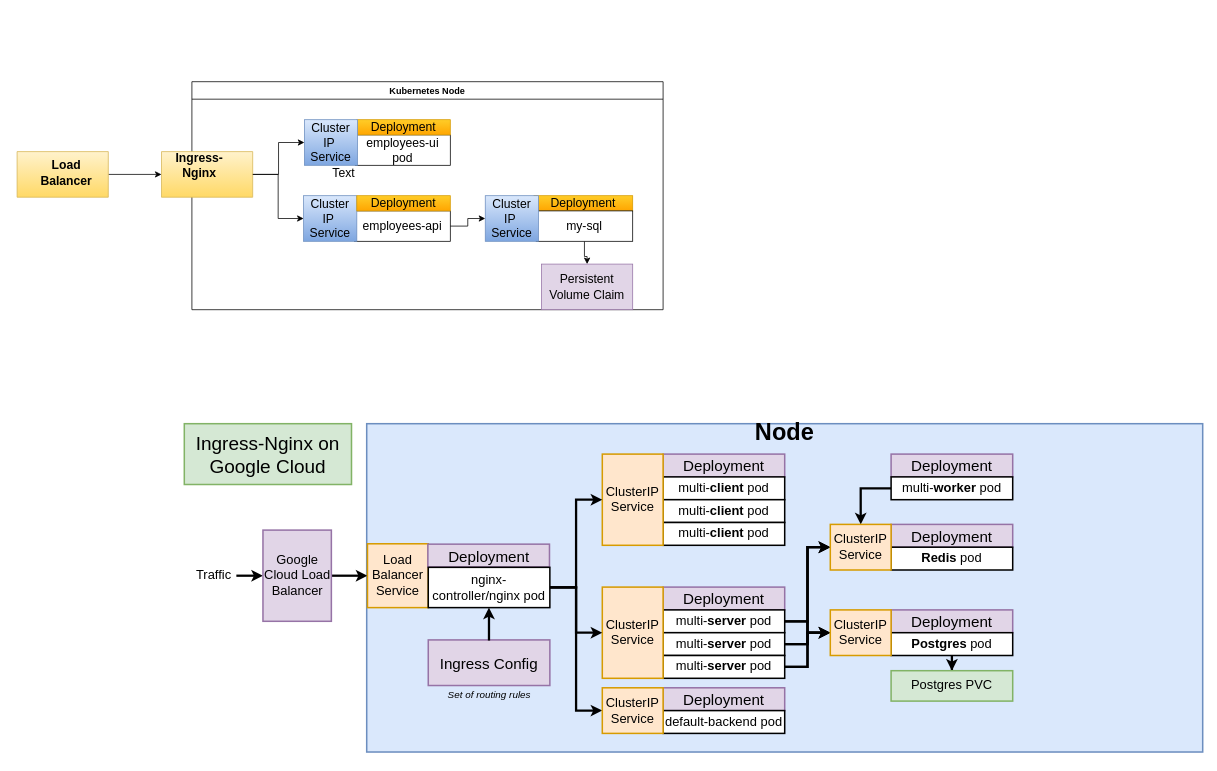
vetrip/draw.io keeps this draw.io diagram as page "POC flow" (8 of 10) of 11.drawio. Above is the earlier version. Source tidied: cells renumbered, new cells numbered last; positions are measured from the earlier drawing's top-left corner, leaving out a move shared by most shapes. Both pictures are drawn from the tidied source at 76%, with x=0, y=0 at pixel (17, 81).
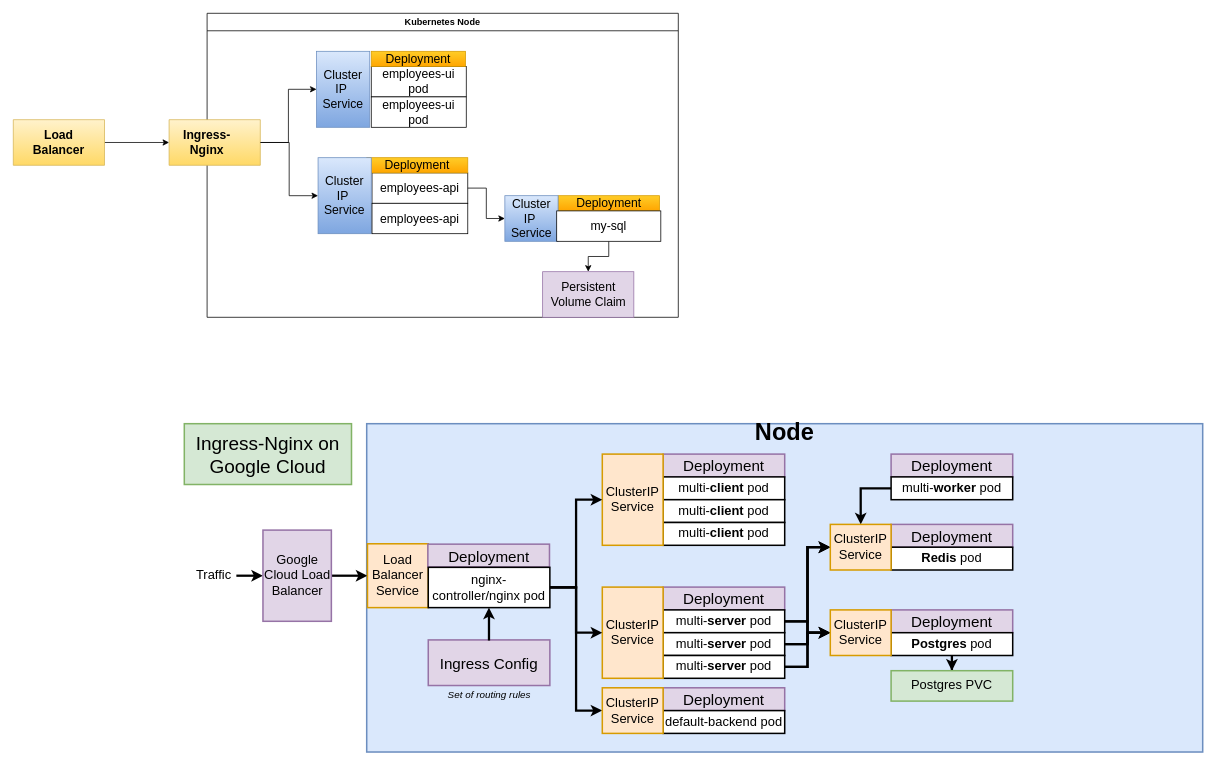
The same page after the edit.

The edit, as a diff of the source:
```diff
@@
     <mxCell id="2" value="Kubernetes Node" style="swimlane;" parent="1" vertex="1">
-      <mxGeometry x="230" width="620" height="300" as="geometry" />
+      <mxGeometry x="250" y="-90" width="620" height="400" as="geometry" />
     </mxCell>
@@
     <mxCell id="4" style="verticalLabelPosition=bottom;verticalAlign=top;html=1;shape=mxgraph.basic.rect;fillColor2=none;strokeWidth=1;size=20;indent=5;fillColor=#fff2cc;strokeColor=#d6b656;gradientColor=#ffd966;" parent="2" vertex="1">
-      <mxGeometry x="-40" y="92" width="120" height="60" as="geometry" />
+      <mxGeometry x="-50" y="140" width="120" height="60" as="geometry" />
     </mxCell>
     <mxCell id="5" value="Ingress-Nginx" style="text;html=1;strokeColor=none;fillColor=none;align=center;verticalAlign=middle;whiteSpace=wrap;rounded=0;fontStyle=1;fontSize=16;" parent="2" vertex="1">
-      <mxGeometry y="100" width="20" height="20" as="geometry" />
+      <mxGeometry x="-10" y="160" width="20" height="20" as="geometry" />
     </mxCell>
     <mxCell id="6" value="employees-ui pod" style="rounded=0;whiteSpace=wrap;html=1;fontSize=16;" parent="2" vertex="1">
-      <mxGeometry x="215" y="70" width="125" height="40" as="geometry" />
+      <mxGeometry x="216" y="70" width="125" height="40" as="geometry" />
     </mxCell>
     <mxCell id="7" value="employees-api" style="rounded=0;whiteSpace=wrap;html=1;fontSize=16;" parent="2" vertex="1">
-      <mxGeometry x="214" y="170" width="126" height="40" as="geometry" />
+      <mxGeometry x="217" y="210" width="126" height="40" as="geometry" />
     </mxCell>
     <mxCell id="8" value="Cluster IP&amp;nbsp;&lt;br&gt;Service" style="rounded=0;whiteSpace=wrap;html=1;fontSize=16;fillColor=#dae8fc;strokeColor=#6c8ebf;gradientColor=#7ea6e0;" parent="2" vertex="1">
-      <mxGeometry x="147" y="150" width="70" height="60" as="geometry" />
+      <mxGeometry x="144" y="50" width="70" height="100" as="geometry" />
     </mxCell>
     <mxCell id="9" value="Deployment" style="rounded=0;whiteSpace=wrap;html=1;fontSize=16;gradientColor=#ffa500;fillColor=#ffcd28;strokeColor=#d79b00;" parent="2" vertex="1">
-      <mxGeometry x="217" y="50" width="123" height="20" as="geometry" />
+      <mxGeometry x="216" y="50" width="124" height="20" as="geometry" />
     </mxCell>
     <mxCell id="10" value="Deployment" style="rounded=0;whiteSpace=wrap;html=1;fontSize=16;gradientColor=#ffa500;fillColor=#ffcd28;strokeColor=#d79b00;" parent="2" vertex="1">
-      <mxGeometry x="217" y="150" width="123" height="20" as="geometry" />
+      <mxGeometry x="210" y="190" width="133" height="20" as="geometry" />
     </mxCell>
     <mxCell id="11" value="Deployment" style="rounded=0;whiteSpace=wrap;html=1;fontSize=16;gradientColor=#ffa500;fillColor=#ffcd28;strokeColor=#d79b00;" parent="2" vertex="1">
-      <mxGeometry x="450" y="150" width="130" height="20" as="geometry" />
+      <mxGeometry x="461.8" y="240" width="133.5" height="20" as="geometry" />
     </mxCell>
     <mxCell id="12" value="Persistent Volume Claim" style="rounded=0;whiteSpace=wrap;html=1;fontSize=16;fillColor=#e1d5e7;strokeColor=#9673a6;" parent="2" vertex="1">
-      <mxGeometry x="460" y="240" width="120" height="60" as="geometry" />
+      <mxGeometry x="441.5" y="340" width="120" height="60" as="geometry" />
     </mxCell>
-    <mxCell id="13" value="Cluster IP&amp;nbsp;&lt;br&gt;Service" style="rounded=0;whiteSpace=wrap;html=1;fontSize=16;fillColor=#dae8fc;strokeColor=#6c8ebf;gradientColor=#7ea6e0;" parent="1" vertex="1">
-      <mxGeometry x="378" y="50" width="70" height="60" as="geometry" />
+    <mxCell id="13" value="Cluster IP&amp;nbsp;&lt;br&gt;Service" style="rounded=0;whiteSpace=wrap;html=1;fontSize=16;fillColor=#dae8fc;strokeColor=#6c8ebf;gradientColor=#7ea6e0;" parent="2" vertex="1">
+      <mxGeometry x="146" y="190" width="70" height="100" as="geometry" />
     </mxCell>
-    <mxCell id="14" value="Text" style="text;html=1;strokeColor=none;fillColor=none;align=center;verticalAlign=middle;whiteSpace=wrap;rounded=0;fontSize=16;" parent="1" vertex="1">
-      <mxGeometry x="410" y="110" width="40" height="20" as="geometry" />
-    </mxCell>
+    <mxCell id="21" style="edgeStyle=orthogonalEdgeStyle;rounded=0;jettySize=auto;html=1;fontSize=16;" parent="2" edge="1" source="4" target="13">
+      <mxGeometry relative="1" as="geometry" />
+    </mxCell>
+    <mxCell id="69" value="employees-ui pod" style="rounded=0;whiteSpace=wrap;html=1;fontSize=16;" parent="2" vertex="1">
+      <mxGeometry x="216" y="110" width="125" height="40" as="geometry" />
+    </mxCell>
+    <mxCell id="70" value="employees-api" style="rounded=0;whiteSpace=wrap;html=1;fontSize=16;" parent="2" vertex="1">
+      <mxGeometry x="217" y="250" width="126" height="40" as="geometry" />
+    </mxCell>
+    <mxCell id="17" value="Cluster IP&amp;nbsp;&lt;br&gt;Service" style="rounded=0;whiteSpace=wrap;html=1;fontSize=16;fillColor=#dae8fc;strokeColor=#6c8ebf;gradientColor=#7ea6e0;" parent="2" vertex="1">
+      <mxGeometry x="391.8" y="240" width="70" height="60" as="geometry" />
+    </mxCell>
+    <mxCell id="22" style="edgeStyle=orthogonalEdgeStyle;rounded=0;jettySize=auto;html=1;entryX=0;entryY=0.5;entryDx=0;entryDy=0;fontSize=16;" parent="2" edge="1" source="7" target="17">
+      <mxGeometry relative="1" as="geometry" />
+    </mxCell>
@@
     <mxCell id="16" value="my-sql" style="rounded=0;whiteSpace=wrap;html=1;fontSize=16;" parent="1" vertex="1">
-      <mxGeometry x="683" y="170" width="127" height="40" as="geometry" />
+      <mxGeometry x="710" y="170" width="137" height="40" as="geometry" />
     </mxCell>
-    <mxCell id="17" value="Cluster IP&amp;nbsp;&lt;br&gt;Service" style="rounded=0;whiteSpace=wrap;html=1;fontSize=16;fillColor=#dae8fc;strokeColor=#6c8ebf;gradientColor=#7ea6e0;" parent="1" vertex="1">
-      <mxGeometry x="616" y="150" width="70" height="60" as="geometry" />
-    </mxCell>
@@
     <mxCell id="19" style="verticalLabelPosition=bottom;verticalAlign=top;html=1;shape=mxgraph.basic.rect;fillColor2=none;strokeWidth=1;size=20;indent=5;fillColor=#fff2cc;strokeColor=#d6b656;gradientColor=#ffd966;" parent="1" vertex="1">
-      <mxGeometry y="92" width="120" height="60" as="geometry" />
+      <mxGeometry x="-5" y="50" width="120" height="60" as="geometry" />
     </mxCell>
     <mxCell id="20" value="Load Balancer" style="text;html=1;strokeColor=none;fillColor=none;align=center;verticalAlign=middle;whiteSpace=wrap;rounded=0;fontSize=16;fontStyle=1;" parent="1" vertex="1">
-      <mxGeometry x="45" y="110" width="40" height="20" as="geometry" />
+      <mxGeometry x="35" y="70" width="40" height="20" as="geometry" />
     </mxCell>
-    <mxCell id="21" style="edgeStyle=orthogonalEdgeStyle;rounded=0;jettySize=auto;html=1;fontSize=16;" parent="1" edge="1" source="4" target="13">
-      <mxGeometry relative="1" as="geometry" />
-    </mxCell>
-    <mxCell id="22" style="edgeStyle=orthogonalEdgeStyle;rounded=0;jettySize=auto;html=1;entryX=0;entryY=0.5;entryDx=0;entryDy=0;fontSize=16;" parent="1" edge="1" source="7" target="17">
-      <mxGeometry relative="1" as="geometry" />
-    </mxCell>
```
